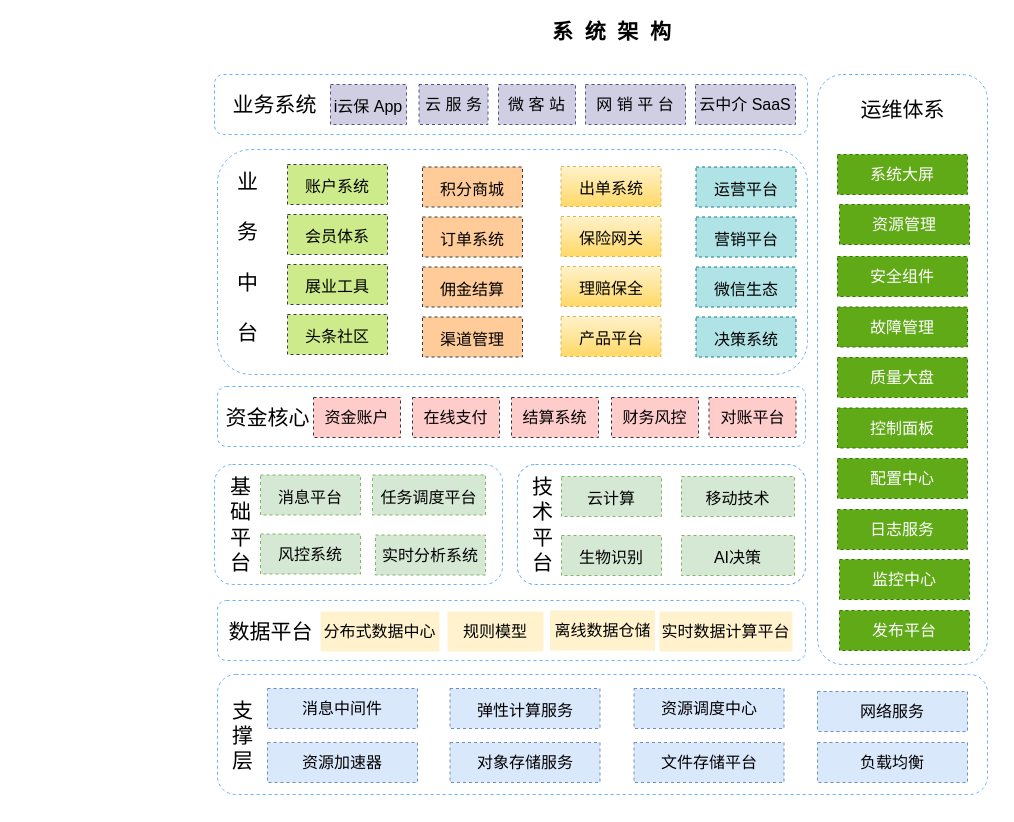
This is 系统架构.drawio from CQEvan/draw, a draw.io file, before an edit. Source tidied: cells renumbered, new cells numbered last; positions are measured from the earlier drawing's top-left corner, leaving out a move shared by most shapes. Both pictures are drawn from the tidied source at 100%, with x=0, y=0 at pixel (201, 16).
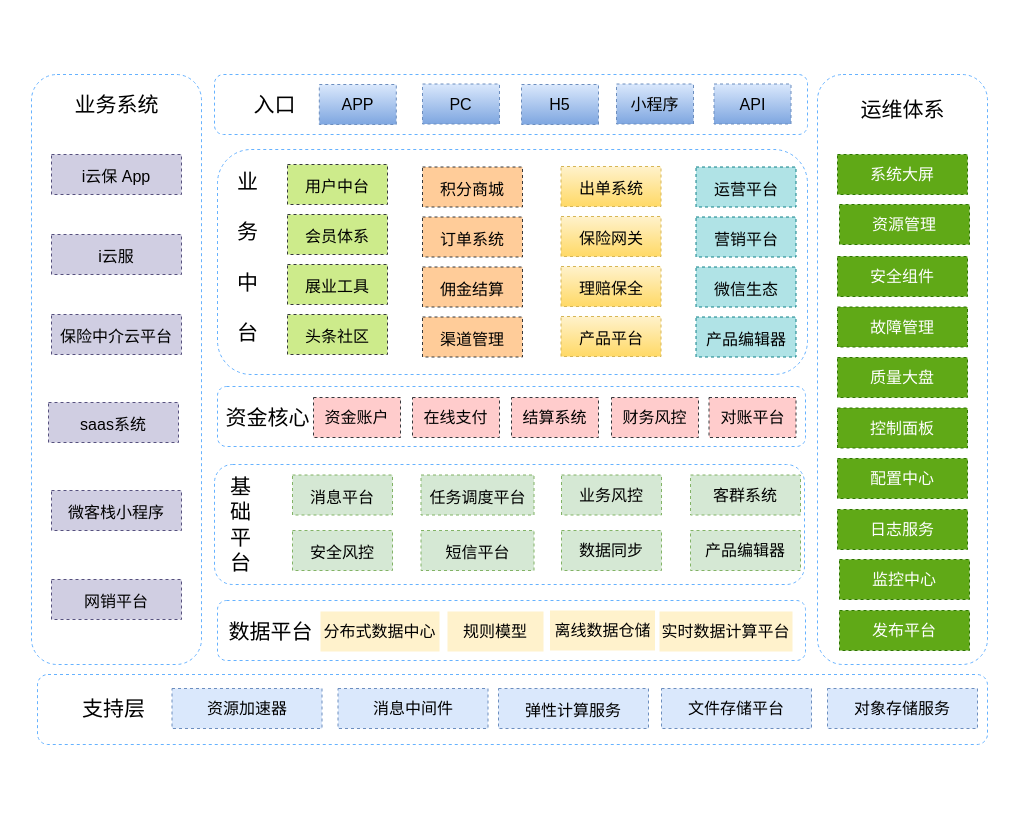
The same page after the edit.

Change to the diagram source:
```diff
@@
-    <mxCell id="2" style="rounded=1;whiteSpace=wrap;html=1;strokeColor=#66B2FF;dashed=1;" parent="1" vertex="1">
-      <mxGeometry x="316" y="448" width="288" height="120" as="geometry" />
-    </mxCell>
+    <mxCell id="77" style="rounded=1;whiteSpace=wrap;html=1;dashed=1;strokeColor=#66B2FF;fontSize=21;" parent="1" vertex="1">
+      <mxGeometry x="-170" y="58" width="170" height="590" as="geometry" />
+    </mxCell>
     <mxCell id="3" style="rounded=0;whiteSpace=wrap;html=1;strokeColor=none;fillColor=none;" parent="1" vertex="1">
-      <mxGeometry y="48" width="796" height="740" as="geometry" />
+      <mxGeometry x="-184" y="48" width="980" height="690" as="geometry" />
     </mxCell>
     <mxCell id="4" style="rounded=1;whiteSpace=wrap;html=1;strokeColor=#66B2FF;dashed=1;" parent="1" vertex="1">
-      <mxGeometry x="16" y="658" width="770" height="120" as="geometry" />
+      <mxGeometry x="-164" y="658" width="950" height="70" as="geometry" />
     </mxCell>
-    <mxCell id="5" value="支&lt;br&gt;撑&lt;br&gt;层" style="text;html=1;align=center;verticalAlign=middle;fillColor=none;strokeColor=none;rounded=0;dashed=1;fontSize=21;" parent="1" vertex="1">
-      <mxGeometry x="21" y="679" width="40" height="80" as="geometry" />
-    </mxCell>
     <mxCell id="6" value="资源加速器" style="rounded=0;whiteSpace=wrap;html=1;dashed=1;strokeColor=#6c8ebf;fontSize=16;fillColor=#dae8fc;" parent="1" vertex="1">
-      <mxGeometry x="66" y="726" width="150" height="40" as="geometry" />
+      <mxGeometry x="-29.5" y="672" width="150" height="40" as="geometry" />
     </mxCell>
-    <mxCell id="7" style="rounded=1;whiteSpace=wrap;html=1;dashed=1;strokeColor=#66B2FF;fontSize=21;" parent="1" vertex="1">
-      <mxGeometry x="616" y="58" width="170" height="590" as="geometry" />
-    </mxCell>
     <mxCell id="8" value="消息中间件&lt;br style=&quot;font-size: 16px&quot;&gt;" style="rounded=0;whiteSpace=wrap;html=1;dashed=1;strokeColor=#6c8ebf;fontSize=16;fillColor=#dae8fc;" parent="1" vertex="1">
-      <mxGeometry x="66" y="672" width="150" height="40" as="geometry" />
+      <mxGeometry x="136.5" y="672" width="150" height="40" as="geometry" />
     </mxCell>
     <mxCell id="9" value="对象存储服务" style="rounded=0;whiteSpace=wrap;html=1;dashed=1;strokeColor=#6c8ebf;fontSize=16;fillColor=#dae8fc;" parent="1" vertex="1">
-      <mxGeometry x="248.5" y="726" width="150" height="40" as="geometry" />
+      <mxGeometry x="626" y="672" width="150" height="40" as="geometry" />
     </mxCell>
     <mxCell id="10" value="&lt;span style=&quot;font-size: 16px&quot;&gt;弹性计算服务&lt;/span&gt;" style="rounded=0;whiteSpace=wrap;html=1;dashed=1;strokeColor=#6c8ebf;fontSize=21;fillColor=#dae8fc;" parent="1" vertex="1">
-      <mxGeometry x="248.5" y="672" width="150" height="40" as="geometry" />
+      <mxGeometry x="297" y="672" width="150" height="40" as="geometry" />
     </mxCell>
     <mxCell id="11" value="文件存储平台" style="rounded=0;whiteSpace=wrap;html=1;dashed=1;strokeColor=#6c8ebf;fontSize=16;fillColor=#dae8fc;" parent="1" vertex="1">
-      <mxGeometry x="432.5" y="726" width="150" height="40" as="geometry" />
+      <mxGeometry x="460" y="672" width="150" height="40" as="geometry" />
     </mxCell>
-    <mxCell id="12" value="资源调度中心" style="rounded=0;whiteSpace=wrap;html=1;dashed=1;strokeColor=#6c8ebf;fontSize=16;fillColor=#dae8fc;" parent="1" vertex="1">
-      <mxGeometry x="432.5" y="672" width="150" height="40" as="geometry" />
-    </mxCell>
-    <mxCell id="13" value="负载均衡" style="rounded=0;whiteSpace=wrap;html=1;dashed=1;strokeColor=#6c8ebf;fontSize=16;fillColor=#dae8fc;" parent="1" vertex="1">
-      <mxGeometry x="616" y="726" width="150" height="40" as="geometry" />
-    </mxCell>
-    <mxCell id="14" value="网络服务" style="rounded=0;whiteSpace=wrap;html=1;dashed=1;strokeColor=#6c8ebf;fontSize=16;fillColor=#dae8fc;" parent="1" vertex="1">
-      <mxGeometry x="616" y="675" width="150" height="40" as="geometry" />
-    </mxCell>
-    <mxCell id="15" value="运维体系" style="text;html=1;align=center;verticalAlign=middle;fillColor=none;strokeColor=none;rounded=0;dashed=1;fontSize=21;" parent="1" vertex="1">
-      <mxGeometry x="651" y="78" width="100" height="30" as="geometry" />
-    </mxCell>
     <mxCell id="16" style="rounded=1;whiteSpace=wrap;html=1;strokeColor=#66B2FF;dashed=1;" parent="1" vertex="1">
-      <mxGeometry x="13" y="448" width="288" height="120" as="geometry" />
+      <mxGeometry x="13" y="448" width="590" height="120" as="geometry" />
     </mxCell>
@@
-    <mxCell id="19" value="安全组件" style="rounded=0;whiteSpace=wrap;html=1;dashed=1;strokeColor=#2D7600;fontSize=16;fillColor=#60a917;fontColor=#ffffff;" parent="1" vertex="1">
-      <mxGeometry x="636" y="240" width="130" height="40" as="geometry" />
-    </mxCell>
-    <mxCell id="20" value="发布平台" style="rounded=0;whiteSpace=wrap;html=1;dashed=1;strokeColor=#2D7600;fontSize=16;fillColor=#60a917;fontColor=#ffffff;" parent="1" vertex="1">
-      <mxGeometry x="638" y="594" width="130" height="40" as="geometry" />
-    </mxCell>
-    <mxCell id="21" value="监控中心" style="rounded=0;whiteSpace=wrap;html=1;dashed=1;strokeColor=#2D7600;fontSize=16;fillColor=#60a917;fontColor=#ffffff;" parent="1" vertex="1">
-      <mxGeometry x="638" y="543" width="130" height="40" as="geometry" />
-    </mxCell>
-    <mxCell id="22" value="日志服务" style="rounded=0;whiteSpace=wrap;html=1;dashed=1;strokeColor=#2D7600;fontSize=16;fillColor=#60a917;fontColor=#ffffff;" parent="1" vertex="1">
-      <mxGeometry x="636" y="493" width="130" height="40" as="geometry" />
-    </mxCell>
-    <mxCell id="23" value="配置中心" style="rounded=0;whiteSpace=wrap;html=1;dashed=1;strokeColor=#2D7600;fontSize=16;fillColor=#60a917;fontColor=#ffffff;" parent="1" vertex="1">
-      <mxGeometry x="636" y="442" width="130" height="40" as="geometry" />
-    </mxCell>
-    <mxCell id="24" value="质量大盘" style="rounded=0;whiteSpace=wrap;html=1;dashed=1;strokeColor=#2D7600;fontSize=16;fillColor=#60a917;fontColor=#ffffff;" parent="1" vertex="1">
-      <mxGeometry x="636" y="341" width="130" height="40" as="geometry" />
-    </mxCell>
-    <mxCell id="25" value="故障管理" style="rounded=0;whiteSpace=wrap;html=1;dashed=1;strokeColor=#2D7600;fontSize=16;fillColor=#60a917;fontColor=#ffffff;" parent="1" vertex="1">
-      <mxGeometry x="636" y="290.5" width="130" height="40" as="geometry" />
-    </mxCell>
-    <mxCell id="26" value="资源管理" style="rounded=0;whiteSpace=wrap;html=1;dashed=1;strokeColor=#2D7600;fontSize=16;fillColor=#60a917;fontColor=#ffffff;" parent="1" vertex="1">
-      <mxGeometry x="638" y="188" width="130" height="40" as="geometry" />
-    </mxCell>
@@
     <mxCell id="29" value="&lt;span style=&quot;font-size: 16px&quot;&gt;消息平台&lt;/span&gt;" style="rounded=0;whiteSpace=wrap;html=1;dashed=1;strokeColor=#82b366;fontSize=21;fillColor=#d5e8d4;" parent="1" vertex="1">
-      <mxGeometry x="59" y="458.5" width="100" height="40" as="geometry" />
+      <mxGeometry x="91" y="458.5" width="100" height="40" as="geometry" />
     </mxCell>
     <mxCell id="30" value="&lt;span style=&quot;font-size: 16px&quot;&gt;任务调度平台&lt;/span&gt;" style="rounded=0;whiteSpace=wrap;html=1;dashed=1;strokeColor=#82b366;fontSize=21;fillColor=#d5e8d4;" parent="1" vertex="1">
-      <mxGeometry x="171" y="458.5" width="113" height="40" as="geometry" />
+      <mxGeometry x="219.5" y="458.5" width="113" height="40" as="geometry" />
     </mxCell>
-    <mxCell id="31" value="&lt;span style=&quot;font-size: 16px;&quot;&gt;风控系统&lt;/span&gt;" style="rounded=0;whiteSpace=wrap;html=1;dashed=1;strokeColor=#82b366;fontSize=16;fillColor=#d5e8d4;" parent="1" vertex="1">
-      <mxGeometry x="59" y="517.5" width="100" height="40" as="geometry" />
+    <mxCell id="31" value="&lt;span style=&quot;font-size: 16px&quot;&gt;业务风控&lt;/span&gt;" style="rounded=0;whiteSpace=wrap;html=1;dashed=1;strokeColor=#82b366;fontSize=16;fillColor=#d5e8d4;" parent="1" vertex="1">
+      <mxGeometry x="360" y="458.5" width="100" height="40" as="geometry" />
     </mxCell>
-    <mxCell id="32" value="&lt;span style=&quot;font-size: 16px;&quot;&gt;实时分析系统&lt;/span&gt;" style="rounded=0;whiteSpace=wrap;html=1;dashed=1;strokeColor=#82b366;fontSize=16;fillColor=#d5e8d4;" parent="1" vertex="1">
-      <mxGeometry x="174" y="518.5" width="110" height="40" as="geometry" />
+    <mxCell id="32" value="客群系统" style="rounded=0;whiteSpace=wrap;html=1;dashed=1;strokeColor=#82b366;fontSize=16;fillColor=#d5e8d4;" parent="1" vertex="1">
+      <mxGeometry x="489" y="458.5" width="110" height="40" as="geometry" />
     </mxCell>
@@
-    <mxCell id="34" style="rounded=1;whiteSpace=wrap;html=1;strokeColor=#66B2FF;dashed=1;" parent="1" vertex="1">
-      <mxGeometry x="316" y="448" width="288" height="120" as="geometry" />
-    </mxCell>
-    <mxCell id="35" value="&lt;span style=&quot;font-size: 16px&quot;&gt;云计算&lt;/span&gt;" style="rounded=0;whiteSpace=wrap;html=1;dashed=1;strokeColor=#82b366;fontSize=21;fillColor=#d5e8d4;" parent="1" vertex="1">
-      <mxGeometry x="360" y="460" width="100" height="40" as="geometry" />
-    </mxCell>
-    <mxCell id="36" value="技&lt;br&gt;术&lt;br&gt;平&lt;br&gt;台&lt;br&gt;" style="text;html=1;align=center;verticalAlign=middle;fillColor=none;strokeColor=none;rounded=0;dashed=1;fontSize=21;" parent="1" vertex="1">
-      <mxGeometry x="321" y="453" width="40" height="110" as="geometry" />
-    </mxCell>
-    <mxCell id="37" value="&lt;font style=&quot;font-size: 16px&quot;&gt;移动技术&lt;/font&gt;" style="rounded=0;whiteSpace=wrap;html=1;dashed=1;strokeColor=#82b366;fontSize=21;fillColor=#d5e8d4;" parent="1" vertex="1">
-      <mxGeometry x="480" y="460" width="113" height="40" as="geometry" />
-    </mxCell>
-    <mxCell id="38" value="&lt;span style=&quot;font-size: 16px&quot;&gt;生物识别&lt;/span&gt;" style="rounded=0;whiteSpace=wrap;html=1;dashed=1;strokeColor=#82b366;fontSize=21;fillColor=#d5e8d4;" parent="1" vertex="1">
-      <mxGeometry x="360" y="519" width="100" height="40" as="geometry" />
-    </mxCell>
-    <mxCell id="39" value="&lt;span style=&quot;font-size: 16px&quot;&gt;AI决策&lt;/span&gt;" style="rounded=0;whiteSpace=wrap;html=1;dashed=1;strokeColor=#82b366;fontSize=21;fillColor=#d5e8d4;" parent="1" vertex="1">
-      <mxGeometry x="480" y="519" width="113" height="40" as="geometry" />
-    </mxCell>
@@
-    <mxCell id="53" value="&lt;span style=&quot;font-size: 16px&quot;&gt;账户系统&lt;/span&gt;" style="rounded=0;whiteSpace=wrap;html=1;dashed=1;strokeColor=#36393d;fontSize=21;fillColor=#cdeb8b;" parent="1" vertex="1">
+    <mxCell id="53" value="&lt;span style=&quot;font-size: 16px&quot;&gt;用户中台&lt;/span&gt;" style="rounded=0;whiteSpace=wrap;html=1;dashed=1;strokeColor=#36393d;fontSize=21;fillColor=#cdeb8b;" parent="1" vertex="1">
       <mxGeometry x="86" y="148" width="100" height="40" as="geometry" />
     </mxCell>
@@
-    <mxCell id="62" value="&lt;span style=&quot;font-size: 16px&quot;&gt;决策系统&lt;/span&gt;" style="rounded=0;whiteSpace=wrap;html=1;dashed=1;strokeColor=#0e8088;fontSize=21;fillColor=#b0e3e6;" parent="1" vertex="1">
+    <mxCell id="62" value="&lt;span style=&quot;font-size: 16px&quot;&gt;产品编辑器&lt;/span&gt;" style="rounded=0;whiteSpace=wrap;html=1;dashed=1;strokeColor=#0e8088;fontSize=21;fillColor=#b0e3e6;" parent="1" vertex="1">
       <mxGeometry x="494.5" y="300.5" width="100" height="40" as="geometry" />
     </mxCell>
@@
-    <mxCell id="67" value="业务系统" style="text;html=1;align=center;verticalAlign=middle;fillColor=none;strokeColor=none;rounded=0;dashed=1;fontSize=21;" parent="1" vertex="1">
-      <mxGeometry x="26" y="73" width="94" height="29" as="geometry" />
+    <mxCell id="67" value="入口" style="text;html=1;align=center;verticalAlign=middle;fillColor=none;strokeColor=none;rounded=0;dashed=1;fontSize=21;" parent="1" vertex="1">
+      <mxGeometry x="43" y="73" width="60" height="30" as="geometry" />
     </mxCell>
     <mxCell id="68" value="&lt;span style=&quot;font-size: 16px&quot;&gt;i云保 App&lt;/span&gt;" style="rounded=0;whiteSpace=wrap;html=1;dashed=1;strokeColor=#56517e;fontSize=21;fillColor=#d0cee2;" parent="1" vertex="1">
-      <mxGeometry x="129" y="68" width="76" height="40" as="geometry" />
+      <mxGeometry x="-150" y="138" width="130" height="40" as="geometry" />
     </mxCell>
-    <mxCell id="69" value="&lt;span style=&quot;font-size: 16px;&quot;&gt;云 服 务&lt;/span&gt;&lt;br style=&quot;font-size: 16px;&quot;&gt;" style="rounded=0;whiteSpace=wrap;html=1;dashed=1;strokeColor=#56517e;fontSize=16;fillColor=#d0cee2;" parent="1" vertex="1">
-      <mxGeometry x="217.5" y="68" width="69" height="40" as="geometry" />
+    <mxCell id="69" value="&lt;span style=&quot;font-size: 16px&quot;&gt;APP&lt;/span&gt;" style="rounded=0;whiteSpace=wrap;html=1;dashed=1;strokeColor=#6c8ebf;fontSize=16;fillColor=#dae8fc;gradientColor=#7ea6e0;" parent="1" vertex="1">
+      <mxGeometry x="117.8" y="68" width="77" height="40" as="geometry" />
     </mxCell>
-    <mxCell id="70" value="网 销 平 台&lt;br style=&quot;font-size: 16px&quot;&gt;" style="rounded=0;whiteSpace=wrap;html=1;dashed=1;strokeColor=#56517e;fontSize=16;fillColor=#d0cee2;" parent="1" vertex="1">
-      <mxGeometry x="384" y="68" width="100" height="40" as="geometry" />
+    <mxCell id="70" value="H5" style="rounded=0;whiteSpace=wrap;html=1;dashed=1;strokeColor=#6c8ebf;fontSize=16;fillColor=#dae8fc;gradientColor=#7ea6e0;" parent="1" vertex="1">
+      <mxGeometry x="320" y="68" width="77" height="40" as="geometry" />
     </mxCell>
-    <mxCell id="71" value="云中介 SaaS&lt;br style=&quot;font-size: 16px&quot;&gt;" style="rounded=0;whiteSpace=wrap;html=1;dashed=1;strokeColor=#56517e;fontSize=16;fillColor=#d0cee2;" parent="1" vertex="1">
-      <mxGeometry x="494" y="68" width="100" height="40" as="geometry" />
+    <mxCell id="71" value="小程序" style="rounded=0;whiteSpace=wrap;html=1;dashed=1;strokeColor=#6c8ebf;fontSize=16;fillColor=#dae8fc;gradientColor=#7ea6e0;" parent="1" vertex="1">
+      <mxGeometry x="415" y="67.5" width="77" height="40" as="geometry" />
     </mxCell>
-    <mxCell id="72" value="系统大屏" style="rounded=0;whiteSpace=wrap;html=1;dashed=1;strokeColor=#2D7600;fontSize=16;fillColor=#60a917;fontColor=#ffffff;" parent="1" vertex="1">
-      <mxGeometry x="636" y="138" width="130" height="40" as="geometry" />
-    </mxCell>
-    <mxCell id="73" value="系&amp;nbsp; 统&amp;nbsp; 架&amp;nbsp; 构" style="text;html=1;align=center;verticalAlign=middle;fillColor=none;strokeColor=none;rounded=0;dashed=1;fontSize=21;fontStyle=1;" parent="1" vertex="1">
-      <mxGeometry x="345" y="0.5" width="129" height="29" as="geometry" />
-    </mxCell>
-    <mxCell id="74" value="&lt;span style=&quot;font-size: 16px&quot;&gt;微 客 站&lt;/span&gt;&lt;br style=&quot;font-size: 16px&quot;&gt;" style="rounded=0;whiteSpace=wrap;html=1;dashed=1;strokeColor=#56517e;fontSize=16;fillColor=#d0cee2;" parent="1" vertex="1">
-      <mxGeometry x="297" y="68" width="77" height="40" as="geometry" />
+    <mxCell id="74" value="&lt;span style=&quot;font-size: 16px&quot;&gt;PC&lt;/span&gt;" style="rounded=0;whiteSpace=wrap;html=1;dashed=1;strokeColor=#6c8ebf;fontSize=16;fillColor=#dae8fc;gradientColor=#7ea6e0;" parent="1" vertex="1">
+      <mxGeometry x="221" y="67.5" width="77" height="40" as="geometry" />
     </mxCell>
@@
+    <mxCell id="78" value="产品编辑器" style="rounded=0;whiteSpace=wrap;html=1;dashed=1;strokeColor=#82b366;fontSize=16;fillColor=#d5e8d4;" parent="1" vertex="1">
+      <mxGeometry x="489" y="514" width="110" height="40" as="geometry" />
+    </mxCell>
+    <mxCell id="79" value="&lt;span style=&quot;font-size: 16px&quot;&gt;数据同步&lt;/span&gt;" style="rounded=0;whiteSpace=wrap;html=1;dashed=1;strokeColor=#82b366;fontSize=16;fillColor=#d5e8d4;" parent="1" vertex="1">
+      <mxGeometry x="360" y="514" width="100" height="40" as="geometry" />
+    </mxCell>
+    <mxCell id="80" value="&lt;span style=&quot;font-size: 16px&quot;&gt;短信平台&lt;/span&gt;" style="rounded=0;whiteSpace=wrap;html=1;dashed=1;strokeColor=#82b366;fontSize=21;fillColor=#d5e8d4;" parent="1" vertex="1">
+      <mxGeometry x="219.5" y="514" width="113" height="40" as="geometry" />
+    </mxCell>
+    <mxCell id="81" value="&lt;span style=&quot;font-size: 16px&quot;&gt;安全风控&lt;/span&gt;" style="rounded=0;whiteSpace=wrap;html=1;dashed=1;strokeColor=#82b366;fontSize=21;fillColor=#d5e8d4;" parent="1" vertex="1">
+      <mxGeometry x="91" y="514" width="100" height="40" as="geometry" />
+    </mxCell>
+    <mxCell id="82" value="业务系统" style="text;html=1;align=center;verticalAlign=middle;fillColor=none;strokeColor=none;rounded=0;dashed=1;fontSize=21;" parent="1" vertex="1">
+      <mxGeometry x="-132" y="73" width="94" height="29" as="geometry" />
+    </mxCell>
+    <mxCell id="83" value="支持层" style="text;html=1;align=center;verticalAlign=middle;fillColor=none;strokeColor=none;rounded=0;dashed=1;fontSize=21;" parent="1" vertex="1">
+      <mxGeometry x="-128" y="677" width="80" height="30" as="geometry" />
+    </mxCell>
+    <mxCell id="7" style="rounded=1;whiteSpace=wrap;html=1;dashed=1;strokeColor=#66B2FF;fontSize=21;" parent="1" vertex="1">
+      <mxGeometry x="616" y="58" width="170" height="590" as="geometry" />
+    </mxCell>
+    <mxCell id="15" value="运维体系" style="text;html=1;align=center;verticalAlign=middle;fillColor=none;strokeColor=none;rounded=0;dashed=1;fontSize=21;" parent="1" vertex="1">
+      <mxGeometry x="651" y="78" width="100" height="30" as="geometry" />
+    </mxCell>
+    <mxCell id="19" value="安全组件" style="rounded=0;whiteSpace=wrap;html=1;dashed=1;strokeColor=#2D7600;fontSize=16;fillColor=#60a917;fontColor=#ffffff;" parent="1" vertex="1">
+      <mxGeometry x="636" y="240" width="130" height="40" as="geometry" />
+    </mxCell>
+    <mxCell id="20" value="发布平台" style="rounded=0;whiteSpace=wrap;html=1;dashed=1;strokeColor=#2D7600;fontSize=16;fillColor=#60a917;fontColor=#ffffff;" parent="1" vertex="1">
+      <mxGeometry x="638" y="594" width="130" height="40" as="geometry" />
+    </mxCell>
+    <mxCell id="21" value="监控中心" style="rounded=0;whiteSpace=wrap;html=1;dashed=1;strokeColor=#2D7600;fontSize=16;fillColor=#60a917;fontColor=#ffffff;" parent="1" vertex="1">
+      <mxGeometry x="638" y="543" width="130" height="40" as="geometry" />
+    </mxCell>
+    <mxCell id="22" value="日志服务" style="rounded=0;whiteSpace=wrap;html=1;dashed=1;strokeColor=#2D7600;fontSize=16;fillColor=#60a917;fontColor=#ffffff;" parent="1" vertex="1">
+      <mxGeometry x="636" y="493" width="130" height="40" as="geometry" />
+    </mxCell>
+    <mxCell id="23" value="配置中心" style="rounded=0;whiteSpace=wrap;html=1;dashed=1;strokeColor=#2D7600;fontSize=16;fillColor=#60a917;fontColor=#ffffff;" parent="1" vertex="1">
+      <mxGeometry x="636" y="442" width="130" height="40" as="geometry" />
+    </mxCell>
+    <mxCell id="24" value="质量大盘" style="rounded=0;whiteSpace=wrap;html=1;dashed=1;strokeColor=#2D7600;fontSize=16;fillColor=#60a917;fontColor=#ffffff;" parent="1" vertex="1">
+      <mxGeometry x="636" y="341" width="130" height="40" as="geometry" />
+    </mxCell>
+    <mxCell id="25" value="故障管理" style="rounded=0;whiteSpace=wrap;html=1;dashed=1;strokeColor=#2D7600;fontSize=16;fillColor=#60a917;fontColor=#ffffff;" parent="1" vertex="1">
+      <mxGeometry x="636" y="290.5" width="130" height="40" as="geometry" />
+    </mxCell>
+    <mxCell id="26" value="资源管理" style="rounded=0;whiteSpace=wrap;html=1;dashed=1;strokeColor=#2D7600;fontSize=16;fillColor=#60a917;fontColor=#ffffff;" parent="1" vertex="1">
+      <mxGeometry x="638" y="188" width="130" height="40" as="geometry" />
+    </mxCell>
+    <mxCell id="72" value="系统大屏" style="rounded=0;whiteSpace=wrap;html=1;dashed=1;strokeColor=#2D7600;fontSize=16;fillColor=#60a917;fontColor=#ffffff;" parent="1" vertex="1">
+      <mxGeometry x="636" y="138" width="130" height="40" as="geometry" />
+    </mxCell>
@@
+    <mxCell id="84" value="&lt;span style=&quot;font-size: 16px&quot;&gt;i云服&lt;/span&gt;" style="rounded=0;whiteSpace=wrap;html=1;dashed=1;strokeColor=#56517e;fontSize=21;fillColor=#d0cee2;" parent="1" vertex="1">
+      <mxGeometry x="-150" y="218" width="130" height="40" as="geometry" />
+    </mxCell>
+    <mxCell id="85" value="&lt;span style=&quot;font-size: 16px&quot;&gt;保险中介云平台&lt;/span&gt;" style="rounded=0;whiteSpace=wrap;html=1;dashed=1;strokeColor=#56517e;fontSize=21;fillColor=#d0cee2;" parent="1" vertex="1">
+      <mxGeometry x="-150" y="298" width="130" height="40" as="geometry" />
+    </mxCell>
+    <mxCell id="86" value="&lt;span style=&quot;font-size: 16px&quot;&gt;saas系统&lt;/span&gt;" style="rounded=0;whiteSpace=wrap;html=1;dashed=1;strokeColor=#56517e;fontSize=21;fillColor=#d0cee2;" parent="1" vertex="1">
+      <mxGeometry x="-153" y="386" width="130" height="40" as="geometry" />
+    </mxCell>
+    <mxCell id="87" value="&lt;span style=&quot;font-size: 16px&quot;&gt;微客栈小程序&lt;/span&gt;" style="rounded=0;whiteSpace=wrap;html=1;dashed=1;strokeColor=#56517e;fontSize=21;fillColor=#d0cee2;" parent="1" vertex="1">
+      <mxGeometry x="-150" y="474" width="130" height="40" as="geometry" />
+    </mxCell>
+    <mxCell id="88" value="&lt;span style=&quot;font-size: 16px&quot;&gt;网销平台&lt;/span&gt;" style="rounded=0;whiteSpace=wrap;html=1;dashed=1;strokeColor=#56517e;fontSize=21;fillColor=#d0cee2;" parent="1" vertex="1">
+      <mxGeometry x="-150" y="563" width="130" height="40" as="geometry" />
+    </mxCell>
+    <mxCell id="89" value="API" style="rounded=0;whiteSpace=wrap;html=1;dashed=1;strokeColor=#6c8ebf;fontSize=16;fillColor=#dae8fc;gradientColor=#7ea6e0;" parent="1" vertex="1">
+      <mxGeometry x="512.5" y="67.5" width="77" height="40" as="geometry" />
+    </mxCell>
```
